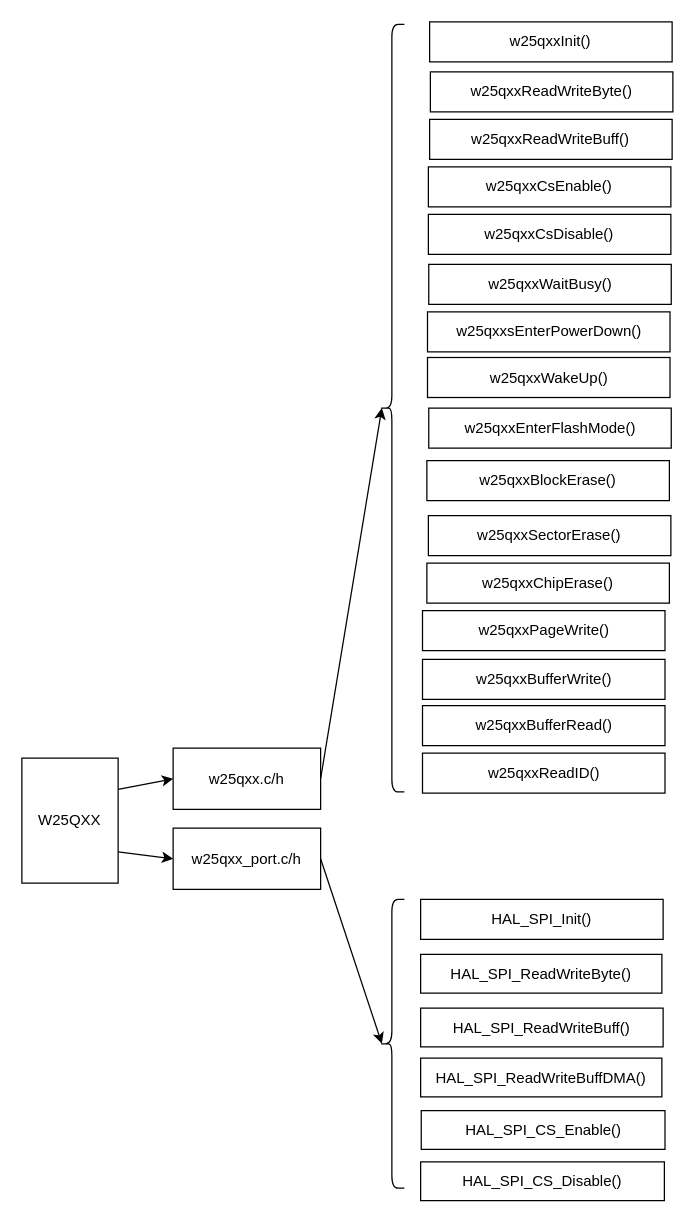
Before: src/grbl/HAL/Peripheral/FLASH_eW25QXX/w25qxxFlash.drawio in solawc/Open_GRBL, a draw.io diagram. Source tidied: cells renumbered, new cells numbered last; positions are measured from the earlier drawing's top-left corner, leaving out a move shared by most shapes. Both pictures are drawn from the tidied source at 125%, with x=0, y=0 at pixel (21, 21).
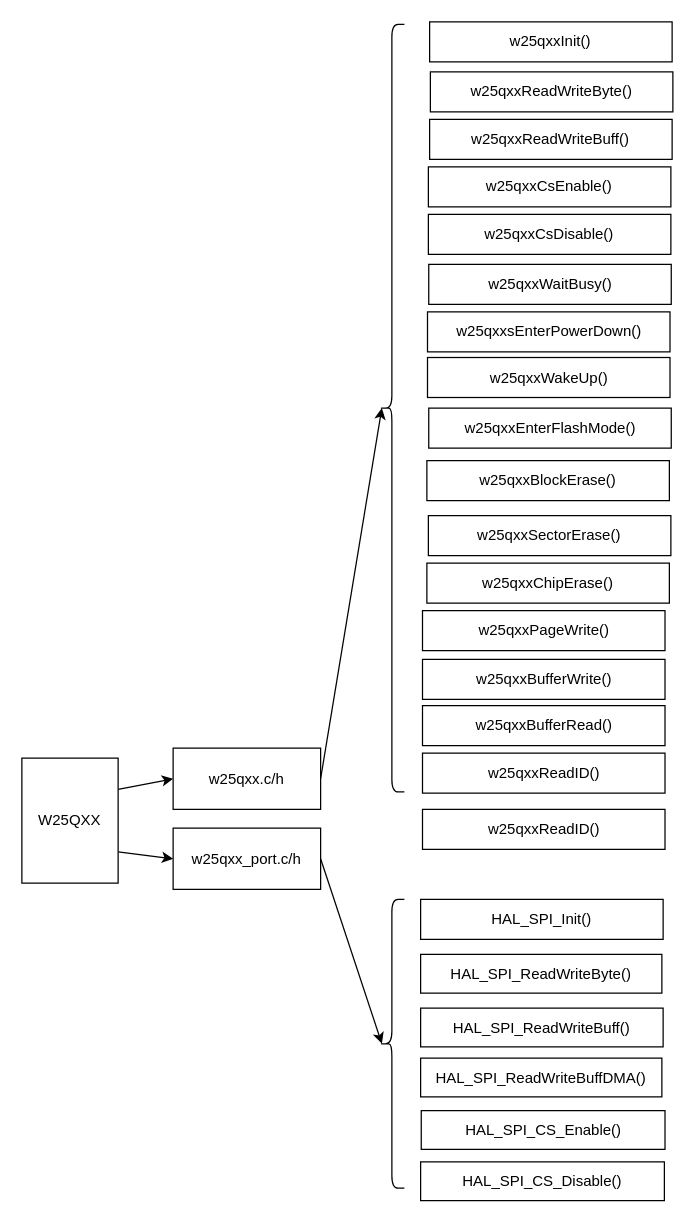
The same diagram, later.

Change to the diagram source:
```diff
@@
+    <mxCell id="33" value="w25qxxReadID()" style="rounded=0;whiteSpace=wrap;html=1;" parent="1" vertex="1">
+      <mxGeometry x="320.5" y="630" width="194" height="32" as="geometry" />
+    </mxCell>
```
